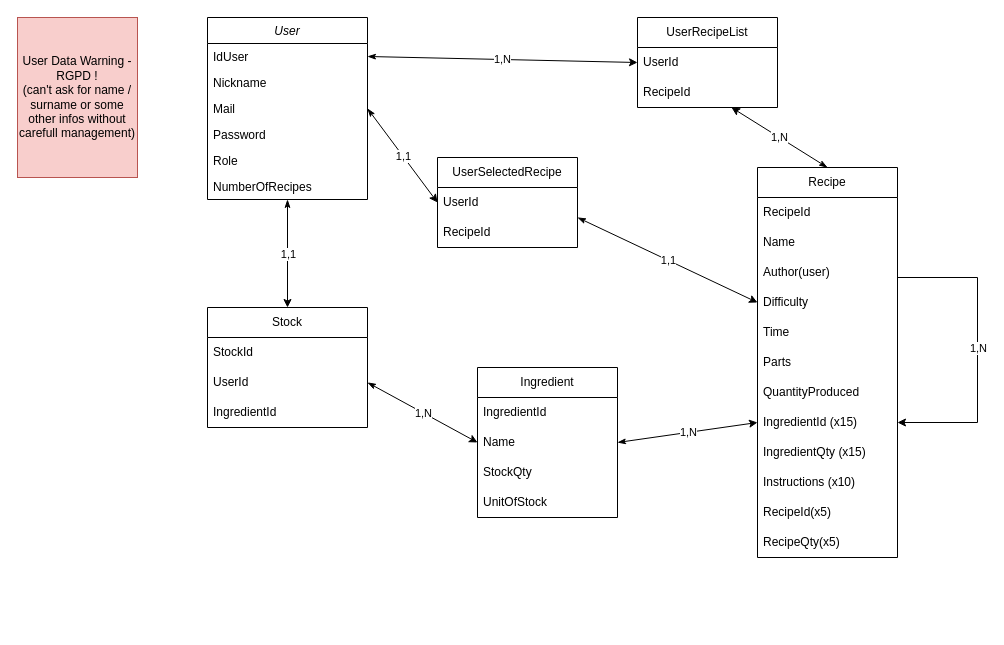
The draw.io diagram StockingDraws/Diagramme sans nom.drawio in Windryuu/DrawIoRepo, before the edit. Source tidied: cells renumbered, new cells numbered last; positions are measured from the earlier drawing's top-left corner, leaving out a move shared by most shapes. Both pictures are drawn from the tidied source at 100%, with x=0, y=0 at pixel (17, 17).
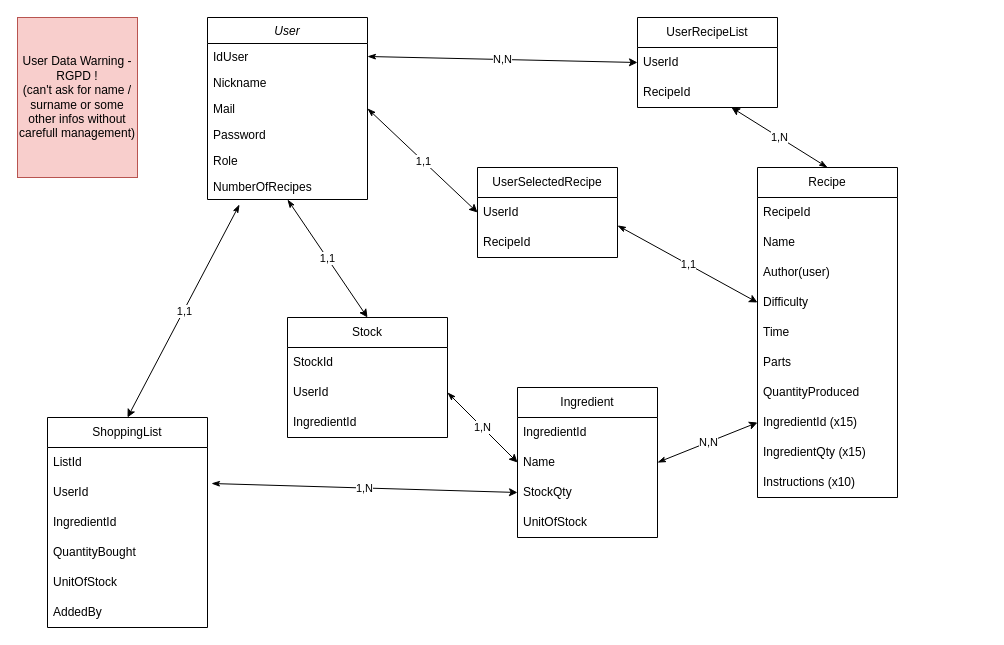
The same diagram, later.

Unchanged cells that the change refers to:
```xml
<mxCell id="8" value="NumberOfRecipes" style="text;align=left;verticalAlign=top;spacingLeft=4;spacingRight=4;overflow=hidden;points=[[0,0.5],[1,0.5]];portConstraint=eastwest;rounded=0;shadow=0;html=0;" parent="2" vertex="1">
  <mxGeometry y="156" width="160" height="26" as="geometry" />
</mxCell>
<mxCell id="13" value="Author(user)" style="text;strokeColor=none;fillColor=none;align=left;verticalAlign=middle;spacingLeft=4;spacingRight=4;overflow=hidden;points=[[0,0.5],[1,0.5]];portConstraint=eastwest;whiteSpace=wrap;html=1;" parent="10" vertex="1">
  <mxGeometry y="90" width="140" height="30" as="geometry" />
</mxCell>
<mxCell id="14" value="Difficulty" style="text;strokeColor=none;fillColor=none;align=left;verticalAlign=middle;spacingLeft=4;spacingRight=4;overflow=hidden;points=[[0,0.5],[1,0.5]];portConstraint=eastwest;whiteSpace=wrap;html=1;" parent="10" vertex="1">
  <mxGeometry y="120" width="140" height="30" as="geometry" />
</mxCell>
<mxCell id="18" value="IngredientId (x15)" style="text;strokeColor=none;fillColor=none;align=left;verticalAlign=middle;spacingLeft=4;spacingRight=4;overflow=hidden;points=[[0,0.5],[1,0.5]];portConstraint=eastwest;whiteSpace=wrap;html=1;" parent="10" vertex="1">
  <mxGeometry y="240" width="140" height="30" as="geometry" />
</mxCell>
<mxCell id="28" value="StockQty" style="text;strokeColor=none;fillColor=none;align=left;verticalAlign=middle;spacingLeft=4;spacingRight=4;overflow=hidden;points=[[0,0.5],[1,0.5]];portConstraint=eastwest;whiteSpace=wrap;html=1;" parent="25" vertex="1">
  <mxGeometry y="90" width="140" height="30" as="geometry" />
</mxCell>
<mxCell id="41" value="RecipeId" style="text;strokeColor=none;fillColor=none;align=left;verticalAlign=middle;spacingLeft=4;spacingRight=4;overflow=hidden;points=[[0,0.5],[1,0.5]];portConstraint=eastwest;whiteSpace=wrap;html=1;" parent="39" vertex="1">
  <mxGeometry y="60" width="140" height="30" as="geometry" />
</mxCell>
<mxCell id="44" style="endArrow=classic;html=1;rounded=0;exitX=1;exitY=0.5;exitDx=0;exitDy=0;entryX=0;entryY=0.5;entryDx=0;entryDy=0;startArrow=classicThin;startFill=1;" parent="1" edge="1" source="3" target="31">
  <mxGeometry relative="1" as="geometry" />
</mxCell>
<mxCell id="52" style="endArrow=classic;html=1;rounded=0;exitX=1;exitY=0.5;exitDx=0;exitDy=0;entryX=0;entryY=0.5;entryDx=0;entryDy=0;startArrow=classicThin;startFill=1;" parent="1" edge="1" source="27" target="18">
  <mxGeometry relative="1" as="geometry" />
</mxCell>
```

What changed in the source:
```diff
@@
     <mxCell id="10" value="Recipe" style="swimlane;fontStyle=0;horizontal=1;startSize=30;whiteSpace=wrap;html=1;" parent="1" vertex="1">
-      <mxGeometry x="740" y="150" width="140" height="390" as="geometry" />
+      <mxGeometry x="740" y="150" width="140" height="330" as="geometry" />
     </mxCell>
@@
-    <mxCell id="21" value="RecipeId(x5)" style="text;strokeColor=none;fillColor=none;align=left;verticalAlign=middle;spacingLeft=4;spacingRight=4;overflow=hidden;whiteSpace=wrap;html=1;" parent="10" vertex="1">
-      <mxGeometry y="330" width="140" height="30" as="geometry" />
-    </mxCell>
-    <mxCell id="22" value="RecipeQty(x5)" style="text;strokeColor=none;fillColor=none;align=left;verticalAlign=middle;spacingLeft=4;spacingRight=4;overflow=hidden;whiteSpace=wrap;html=1;" parent="10" vertex="1">
-      <mxGeometry y="360" width="140" height="30" as="geometry" />
-    </mxCell>
-    <mxCell id="23" style="endArrow=classic;html=1;rounded=0;edgeStyle=orthogonalEdgeStyle;entryX=1;entryY=0.5;entryDx=0;entryDy=0;exitX=1;exitY=0.5;exitDx=0;exitDy=0;" parent="10" edge="1" source="13" target="18">
-      <mxGeometry relative="1" as="geometry">
-        <Array as="points">
-          <mxPoint x="140" y="110" />
-          <mxPoint x="220" y="110" />
-          <mxPoint x="220" y="255" />
-        </Array>
-      </mxGeometry>
-    </mxCell>
-    <mxCell id="24" value="1,N" style="edgeLabel;html=1;align=center;verticalAlign=middle;" parent="23" vertex="1">
-      <mxGeometry relative="1" as="geometry" />
-    </mxCell>
     <mxCell id="25" value="Ingredient" style="swimlane;fontStyle=0;horizontal=1;startSize=30;whiteSpace=wrap;html=1;" parent="1" vertex="1">
-      <mxGeometry x="460" y="350" width="140" height="150" as="geometry" />
+      <mxGeometry x="500" y="370" width="140" height="150" as="geometry" />
     </mxCell>
@@
     <mxCell id="33" value="Stock" style="swimlane;fontStyle=0;horizontal=1;startSize=30;whiteSpace=wrap;html=1;" parent="1" vertex="1">
-      <mxGeometry x="190" y="290" width="160" height="120" as="geometry" />
+      <mxGeometry x="270" y="300" width="160" height="120" as="geometry" />
     </mxCell>
@@
     <mxCell id="39" value="UserSelectedRecipe" style="swimlane;fontStyle=0;horizontal=1;startSize=30;whiteSpace=wrap;html=1;" parent="1" vertex="1">
-      <mxGeometry x="420" y="140" width="140" height="90" as="geometry" />
+      <mxGeometry x="460" y="150" width="140" height="90" as="geometry" />
     </mxCell>
@@
-    <mxCell id="45" value="1,N" style="edgeLabel;html=1;align=center;verticalAlign=middle;" parent="44" vertex="1">
+    <mxCell id="45" value="N,N" style="edgeLabel;html=1;align=center;verticalAlign=middle;" parent="44" vertex="1">
       <mxGeometry relative="1" as="geometry" />
     </mxCell>
@@
-    <mxCell id="50" style="endArrow=classic;html=1;rounded=0;entryX=0;entryY=0.5;entryDx=0;entryDy=0;startArrow=classicThin;startFill=1;" parent="1" edge="1" target="14">
-      <mxGeometry relative="1" as="geometry">
-        <mxPoint x="560" y="200" as="sourcePoint" />
-      </mxGeometry>
+    <mxCell id="50" style="endArrow=classic;html=1;rounded=0;entryX=0;entryY=0.5;entryDx=0;entryDy=0;startArrow=classicThin;startFill=1;exitX=1;exitY=-0.067;exitDx=0;exitDy=0;exitPerimeter=0;" parent="1" edge="1" source="41" target="14">
+      <mxGeometry relative="1" as="geometry" />
     </mxCell>
@@
-    <mxCell id="53" value="1,N" style="edgeLabel;html=1;align=center;verticalAlign=middle;" parent="52" vertex="1">
+    <mxCell id="53" value="N,N" style="edgeLabel;html=1;align=center;verticalAlign=middle;" parent="52" vertex="1">
       <mxGeometry relative="1" as="geometry" />
     </mxCell>
+    <mxCell id="54" value="ShoppingList" style="swimlane;fontStyle=0;horizontal=1;startSize=30;whiteSpace=wrap;html=1;" parent="1" vertex="1">
+      <mxGeometry x="30" y="400" width="160" height="210" as="geometry" />
+    </mxCell>
+    <mxCell id="55" value="ListId" style="text;strokeColor=none;fillColor=none;align=left;verticalAlign=middle;spacingLeft=4;spacingRight=4;overflow=hidden;whiteSpace=wrap;html=1;" parent="54" vertex="1">
+      <mxGeometry y="30" width="160" height="30" as="geometry" />
+    </mxCell>
+    <mxCell id="56" value="UserId" style="text;strokeColor=none;fillColor=none;align=left;verticalAlign=middle;spacingLeft=4;spacingRight=4;overflow=hidden;points=[[0,0.5],[1,0.5]];portConstraint=eastwest;whiteSpace=wrap;html=1;" parent="54" vertex="1">
+      <mxGeometry y="60" width="160" height="30" as="geometry" />
+    </mxCell>
+    <mxCell id="57" value="IngredientId" style="text;strokeColor=none;fillColor=none;align=left;verticalAlign=middle;spacingLeft=4;spacingRight=4;overflow=hidden;whiteSpace=wrap;html=1;" parent="54" vertex="1">
+      <mxGeometry y="90" width="160" height="30" as="geometry" />
+    </mxCell>
+    <mxCell id="58" value="QuantityBought" style="text;strokeColor=none;fillColor=none;align=left;verticalAlign=middle;spacingLeft=4;spacingRight=4;overflow=hidden;whiteSpace=wrap;html=1;" parent="54" vertex="1">
+      <mxGeometry y="120" width="160" height="30" as="geometry" />
+    </mxCell>
+    <mxCell id="59" value="&lt;div&gt;UnitOfStock&lt;/div&gt;" style="text;strokeColor=none;fillColor=none;align=left;verticalAlign=middle;spacingLeft=4;spacingRight=4;overflow=hidden;whiteSpace=wrap;html=1;" parent="54" vertex="1">
+      <mxGeometry y="150" width="160" height="30" as="geometry" />
+    </mxCell>
+    <mxCell id="60" value="AddedBy" style="text;strokeColor=none;fillColor=none;align=left;verticalAlign=middle;spacingLeft=4;spacingRight=4;overflow=hidden;whiteSpace=wrap;html=1;" parent="54" vertex="1">
+      <mxGeometry y="180" width="160" height="30" as="geometry" />
+    </mxCell>
+    <mxCell id="61" style="endArrow=classic;html=1;rounded=0;exitX=1.025;exitY=0.2;exitDx=0;exitDy=0;entryX=0;entryY=0.5;entryDx=0;entryDy=0;startArrow=classicThin;startFill=1;exitPerimeter=0;" parent="1" edge="1" source="56" target="28">
+      <mxGeometry relative="1" as="geometry" />
+    </mxCell>
+    <mxCell id="24" value="1,N" style="edgeLabel;html=1;align=center;verticalAlign=middle;" parent="61" vertex="1">
+      <mxGeometry relative="1" as="geometry" />
+    </mxCell>
+    <mxCell id="62" style="endArrow=classic;html=1;rounded=0;exitX=0.2;exitY=1.192;exitDx=0;exitDy=0;entryX=0.5;entryY=0;entryDx=0;entryDy=0;startArrow=classicThin;startFill=1;exitPerimeter=0;" parent="1" edge="1" source="8" target="54">
+      <mxGeometry relative="1" as="geometry" />
+    </mxCell>
+    <mxCell id="63" value="1,1" style="edgeLabel;html=1;align=center;verticalAlign=middle;" parent="62" vertex="1">
+      <mxGeometry relative="1" as="geometry" />
+    </mxCell>
```
